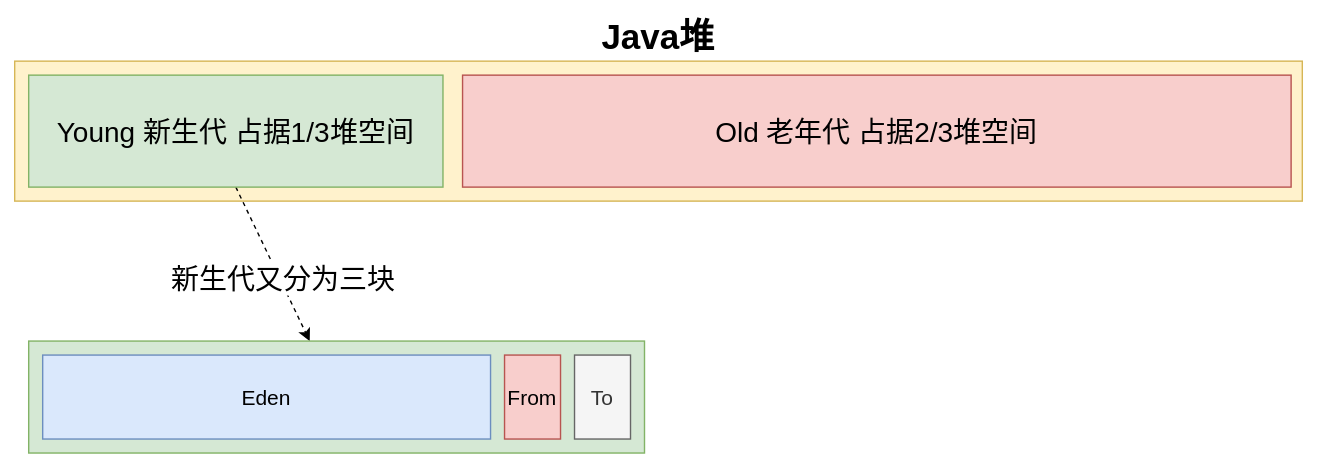
Earlier version of the draw.io export Java/JVM/JVM内存模型/Java堆分代结构.drawio.svg (Developer-Tang/notes). Source tidied: cells renumbered, new cells last; positions are measured from the earlier drawing's top-left corner, leaving out a move shared by most shapes.
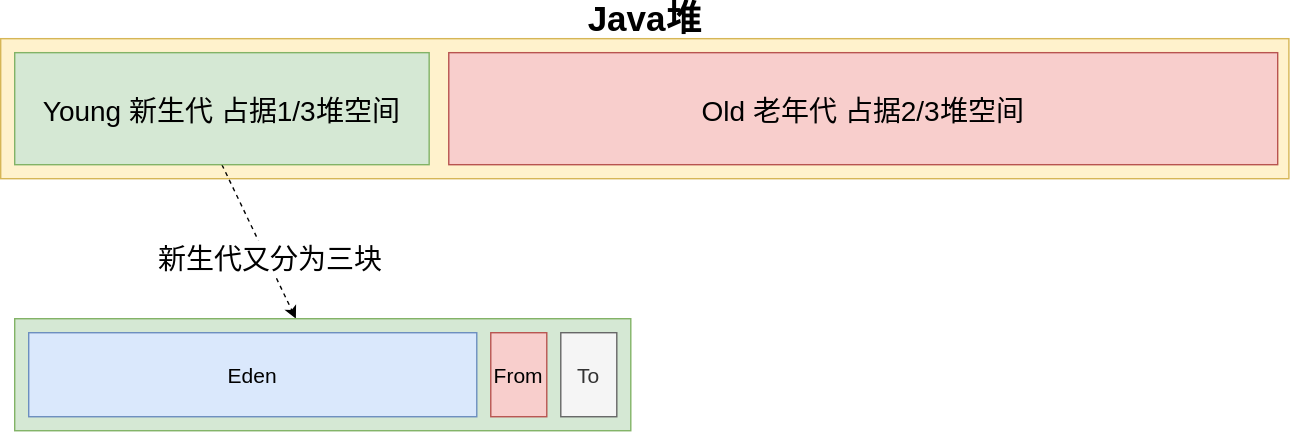
After the change.

Diff of the diagram source:
```diff
@@ -2,33 +2,33 @@
   <root>
     <mxCell id="0" />
     <mxCell id="1" parent="0" />
-    <mxCell id="2" value="Java堆" style="whiteSpace=wrap;html=1;fillColor=#fff2cc;strokeColor=#d6b656;verticalAlign=bottom;labelPosition=center;verticalLabelPosition=top;align=center;fontSize=25;fontStyle=1;" parent="1" vertex="1">
+    <mxCell id="2" value="Java堆" style="fillColor=#fff2cc;strokeColor=#d6b656;verticalAlign=bottom;labelPosition=center;verticalLabelPosition=top;align=center;fontSize=25;fontStyle=1;" parent="1" vertex="1">
       <mxGeometry width="920" height="100" as="geometry" />
     </mxCell>
-    <mxCell id="3" style="rounded=0;jettySize=auto;html=1;exitX=0.5;exitY=1;exitDx=0;exitDy=0;fontSize=25;fontStyle=0;dashed=1;" parent="1" edge="1" source="5" target="7">
+    <mxCell id="3" style="rounded=0;jettySize=auto;exitX=0.5;exitY=1;exitDx=0;exitDy=0;fontSize=25;fontStyle=0;dashed=1;" parent="1" edge="1" source="5" target="7">
       <mxGeometry relative="1" as="geometry" />
     </mxCell>
-    <mxCell id="4" value="新生代又分为三块" style="edgeLabel;html=1;align=center;verticalAlign=middle;fontSize=20;" parent="3" vertex="1">
+    <mxCell id="4" value="新生代又分为三块" style="edgeLabel;align=center;verticalAlign=middle;fontSize=20;" parent="3" vertex="1">
       <mxGeometry x="0.28" y="-1" relative="1" as="geometry">
         <mxPoint x="1" y="-6" as="offset" />
       </mxGeometry>
     </mxCell>
-    <mxCell id="5" value="Young 新生代 占据1/3堆空间" style="rounded=0;whiteSpace=wrap;html=1;fontSize=20;align=center;verticalAlign=middle;fillColor=#d5e8d4;strokeColor=#82b366;" parent="1" vertex="1">
+    <mxCell id="5" value="Young 新生代 占据1/3堆空间" style="rounded=0;fontSize=20;align=center;verticalAlign=middle;fillColor=#d5e8d4;strokeColor=#82b366;" parent="1" vertex="1">
       <mxGeometry x="10" y="10" width="296" height="80" as="geometry" />
     </mxCell>
-    <mxCell id="6" value="Old 老年代 占据2/3堆空间" style="rounded=0;whiteSpace=wrap;html=1;fontSize=20;align=center;verticalAlign=middle;fillColor=#f8cecc;strokeColor=#b85450;" parent="1" vertex="1">
+    <mxCell id="6" value="Old 老年代 占据2/3堆空间" style="rounded=0;fontSize=20;align=center;verticalAlign=middle;fillColor=#f8cecc;strokeColor=#b85450;" parent="1" vertex="1">
       <mxGeometry x="320" y="10" width="592" height="80" as="geometry" />
     </mxCell>
-    <mxCell id="7" style="rounded=0;whiteSpace=wrap;html=1;fontSize=15;align=center;verticalAlign=middle;fillColor=#d5e8d4;strokeColor=#82b366;" parent="1" vertex="1">
+    <mxCell id="7" style="rounded=0;fontSize=15;align=center;verticalAlign=middle;fillColor=#d5e8d4;strokeColor=#82b366;" parent="1" vertex="1">
       <mxGeometry x="10" y="200" width="440" height="80" as="geometry" />
     </mxCell>
-    <mxCell id="8" value="Eden" style="whiteSpace=wrap;html=1;fontSize=15;align=center;verticalAlign=middle;fillColor=#dae8fc;strokeColor=#6c8ebf;" parent="1" vertex="1">
+    <mxCell id="8" value="Eden" style="fontSize=15;align=center;verticalAlign=middle;fillColor=#dae8fc;strokeColor=#6c8ebf;" parent="1" vertex="1">
       <mxGeometry x="20" y="210" width="320" height="60" as="geometry" />
     </mxCell>
-    <mxCell id="9" value="From" style="whiteSpace=wrap;html=1;fontSize=15;align=center;verticalAlign=middle;fillColor=#f8cecc;strokeColor=#b85450;" parent="1" vertex="1">
+    <mxCell id="9" value="From" style="fontSize=15;align=center;verticalAlign=middle;fillColor=#f8cecc;strokeColor=#b85450;" parent="1" vertex="1">
       <mxGeometry x="350" y="210" width="40" height="60" as="geometry" />
     </mxCell>
-    <mxCell id="10" value="To" style="whiteSpace=wrap;html=1;fontSize=15;align=center;verticalAlign=middle;fillColor=#f5f5f5;strokeColor=#666666;fontColor=#333333;" parent="1" vertex="1">
+    <mxCell id="10" value="To" style="fontSize=15;align=center;verticalAlign=middle;fillColor=#f5f5f5;strokeColor=#666666;fontColor=#333333;" parent="1" vertex="1">
       <mxGeometry x="400" y="210" width="40" height="60" as="geometry" />
     </mxCell>
   </root>
```
